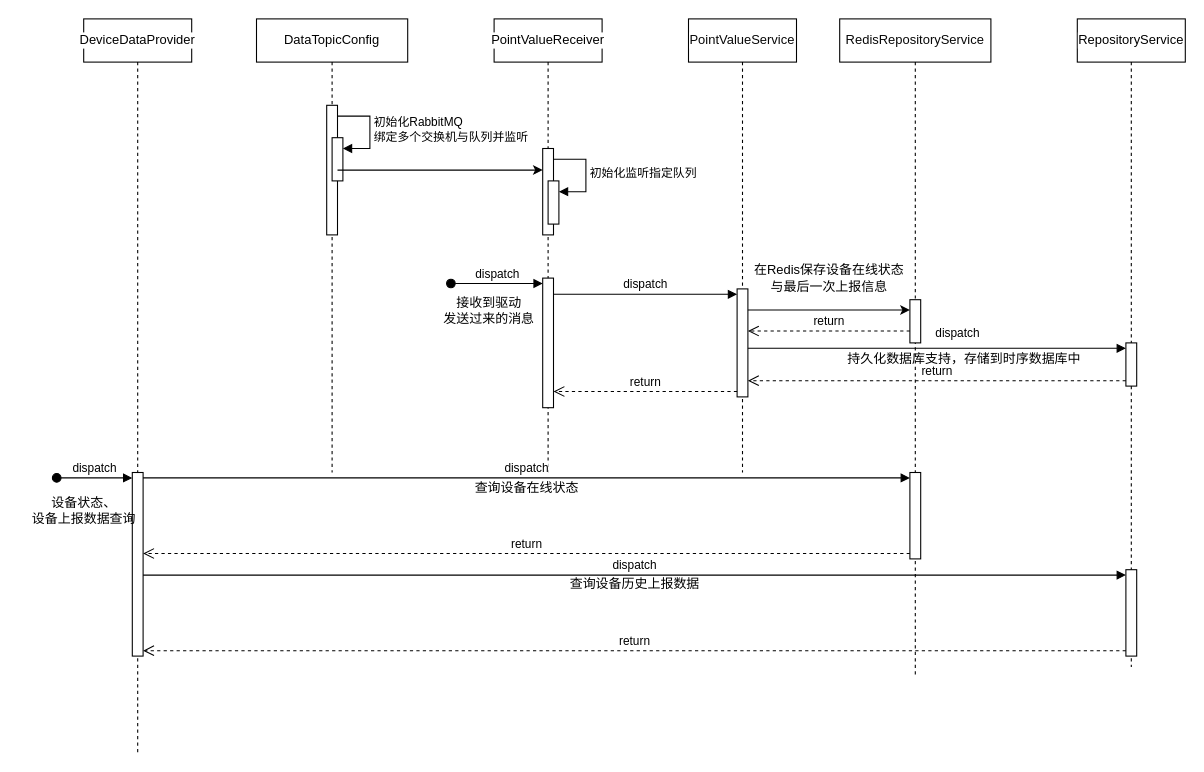
This is devices-center数据流转图.drawio from Rain-ziyu/img, a draw.io file, before an edit. Source tidied: cells renumbered, new cells numbered last; positions are measured from the earlier drawing's top-left corner, leaving out a move shared by most shapes. Both pictures are drawn from the tidied source at 108%, with x=0, y=0 at pixel (18, 18).
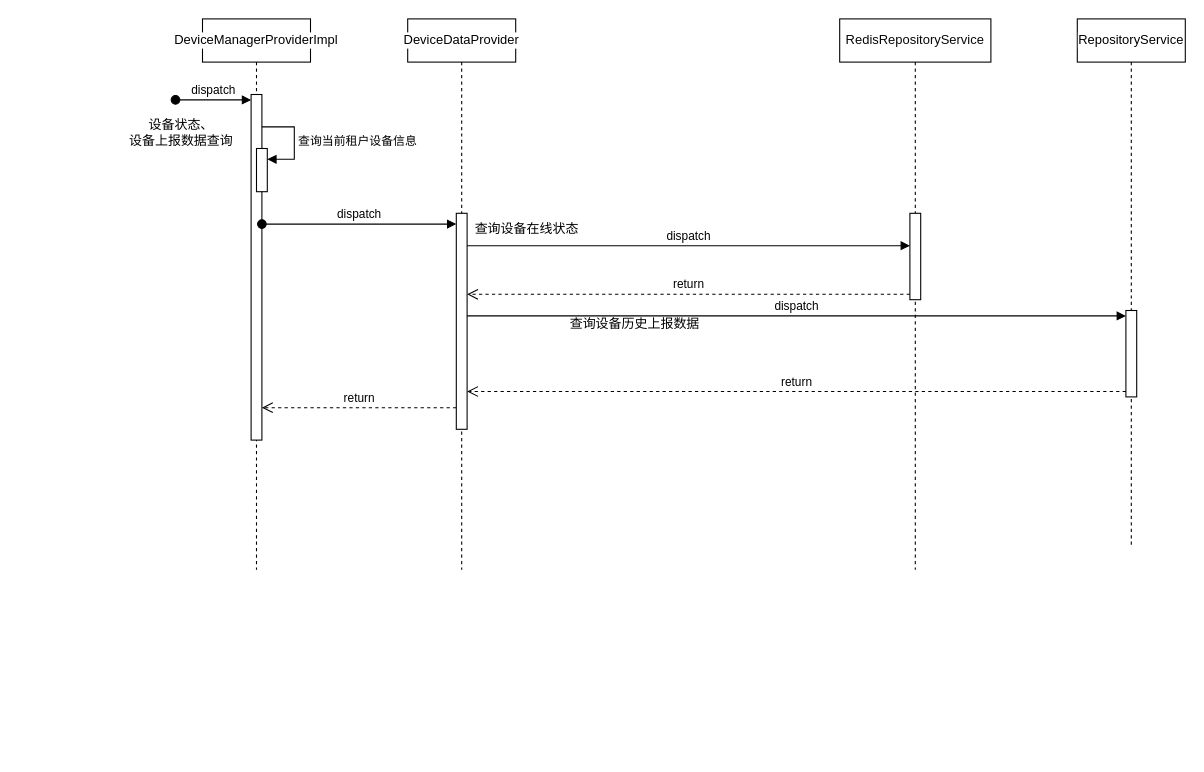
The same diagram, later.

Commit message:
更新devices-center数据流转图.drawio

The edit, as a diff of the source:
```diff
@@
-    <mxCell id="2" value="&lt;div style=&quot;background-color:#ffffff;color:#080808&quot;&gt;&lt;pre style=&quot;&quot;&gt;&lt;span style=&quot;color: rgb(0, 0, 0);&quot;&gt;&lt;font style=&quot;font-size: 12px;&quot; face=&quot;Helvetica&quot;&gt;DataTopicConfig&lt;/font&gt;&lt;/span&gt;&lt;/pre&gt;&lt;/div&gt;" style="shape=umlLifeline;perimeter=lifelinePerimeter;whiteSpace=wrap;html=1;newEdgeStyle={&quot;curved&quot;:0,&quot;rounded&quot;:0};" parent="1" vertex="1">
-      <mxGeometry x="220" width="140" height="420" as="geometry" />
-    </mxCell>
-    <mxCell id="3" value="dispatch" style="html=1;verticalAlign=bottom;startArrow=oval;endArrow=block;startSize=8;curved=0;rounded=0;entryX=0;entryY=0;entryDx=0;entryDy=5;" parent="2" edge="1" target="11">
-      <mxGeometry relative="1" as="geometry">
-        <mxPoint x="180" y="245" as="sourcePoint" />
-      </mxGeometry>
-    </mxCell>
-    <mxCell id="4" style="html=1;points=[[0,0,0,0,5],[0,1,0,0,-5],[1,0,0,0,5],[1,1,0,0,-5]];perimeter=orthogonalPerimeter;outlineConnect=0;targetShapes=umlLifeline;portConstraint=eastwest;newEdgeStyle={&quot;curved&quot;:0,&quot;rounded&quot;:0};" parent="2" vertex="1">
-      <mxGeometry x="65" y="80" width="10" height="120" as="geometry" />
-    </mxCell>
-    <mxCell id="5" style="html=1;points=[[0,0,0,0,5],[0,1,0,0,-5],[1,0,0,0,5],[1,1,0,0,-5]];perimeter=orthogonalPerimeter;outlineConnect=0;targetShapes=umlLifeline;portConstraint=eastwest;newEdgeStyle={&quot;curved&quot;:0,&quot;rounded&quot;:0};" parent="2" vertex="1">
-      <mxGeometry x="70" y="110" width="10" height="40" as="geometry" />
-    </mxCell>
-    <mxCell id="6" value="初始化RabbitMQ&lt;div&gt;绑定多个交换机与队列并监听&lt;/div&gt;" style="html=1;align=left;spacingLeft=2;endArrow=block;rounded=0;edgeStyle=orthogonalEdgeStyle;curved=0;rounded=0;" parent="2" edge="1" target="5">
-      <mxGeometry relative="1" as="geometry">
-        <mxPoint x="75" y="90" as="sourcePoint" />
-        <Array as="points">
-          <mxPoint x="105" y="120" />
-        </Array>
-      </mxGeometry>
-    </mxCell>
-    <mxCell id="7" value="&lt;div style=&quot;background-color:#ffffff;color:#080808&quot;&gt;&lt;pre style=&quot;&quot;&gt;&lt;span style=&quot;color: rgb(0, 0, 0);&quot;&gt;&lt;font style=&quot;font-size: 12px;&quot; face=&quot;Helvetica&quot;&gt;PointValueReceiver&lt;/font&gt;&lt;/span&gt;&lt;/pre&gt;&lt;/div&gt;" style="shape=umlLifeline;perimeter=lifelinePerimeter;whiteSpace=wrap;html=1;newEdgeStyle={&quot;curved&quot;:0,&quot;rounded&quot;:0};" parent="1" vertex="1">
-      <mxGeometry x="440" width="100" height="420" as="geometry" />
-    </mxCell>
-    <mxCell id="8" style="html=1;points=[[0,0,0,0,5],[0,1,0,0,-5],[1,0,0,0,5],[1,1,0,0,-5]];perimeter=orthogonalPerimeter;outlineConnect=0;targetShapes=umlLifeline;portConstraint=eastwest;newEdgeStyle={&quot;curved&quot;:0,&quot;rounded&quot;:0};" parent="7" vertex="1">
-      <mxGeometry x="45" y="120" width="10" height="80" as="geometry" />
-    </mxCell>
-    <mxCell id="9" style="html=1;points=[[0,0,0,0,5],[0,1,0,0,-5],[1,0,0,0,5],[1,1,0,0,-5]];perimeter=orthogonalPerimeter;outlineConnect=0;targetShapes=umlLifeline;portConstraint=eastwest;newEdgeStyle={&quot;curved&quot;:0,&quot;rounded&quot;:0};" parent="7" vertex="1">
-      <mxGeometry x="50" y="150" width="10" height="40" as="geometry" />
-    </mxCell>
-    <mxCell id="10" value="初始化监听指定队列" style="html=1;align=left;spacingLeft=2;endArrow=block;rounded=0;edgeStyle=orthogonalEdgeStyle;curved=0;rounded=0;" parent="7" edge="1" target="9">
-      <mxGeometry relative="1" as="geometry">
-        <mxPoint x="55" y="130" as="sourcePoint" />
-        <Array as="points">
-          <mxPoint x="85" y="160" />
-        </Array>
-      </mxGeometry>
-    </mxCell>
-    <mxCell id="11" style="html=1;points=[[0,0,0,0,5],[0,1,0,0,-5],[1,0,0,0,5],[1,1,0,0,-5]];perimeter=orthogonalPerimeter;outlineConnect=0;targetShapes=umlLifeline;portConstraint=eastwest;newEdgeStyle={&quot;curved&quot;:0,&quot;rounded&quot;:0};" parent="7" vertex="1">
-      <mxGeometry x="45" y="240" width="10" height="120" as="geometry" />
-    </mxCell>
-    <mxCell id="12" value="&lt;div style=&quot;background-color:#ffffff;color:#080808&quot;&gt;&lt;pre style=&quot;&quot;&gt;&lt;font style=&quot;font-size: 12px;&quot; face=&quot;Helvetica&quot;&gt;PointValueService&lt;/font&gt;&lt;/pre&gt;&lt;/div&gt;" style="shape=umlLifeline;perimeter=lifelinePerimeter;whiteSpace=wrap;html=1;newEdgeStyle={&quot;curved&quot;:0,&quot;rounded&quot;:0};" parent="1" vertex="1">
-      <mxGeometry x="620" width="100" height="420" as="geometry" />
-    </mxCell>
-    <mxCell id="13" style="html=1;points=[[0,0,0,0,5],[0,1,0,0,-5],[1,0,0,0,5],[1,1,0,0,-5]];perimeter=orthogonalPerimeter;outlineConnect=0;targetShapes=umlLifeline;portConstraint=eastwest;newEdgeStyle={&quot;curved&quot;:0,&quot;rounded&quot;:0};" parent="12" vertex="1">
-      <mxGeometry x="45" y="250" width="10" height="100" as="geometry" />
-    </mxCell>
-    <mxCell id="14" value="接收到驱动&lt;div&gt;发送过来的消息&lt;/div&gt;" style="text;html=1;align=center;verticalAlign=middle;strokeColor=none;fillColor=none;" parent="1" vertex="1">
-      <mxGeometry x="380" y="250" width="110" height="40" as="geometry" />
-    </mxCell>
-    <mxCell id="15" value="dispatch" style="html=1;verticalAlign=bottom;endArrow=block;curved=0;rounded=0;entryX=0;entryY=0;entryDx=0;entryDy=5;" parent="1" edge="1" source="11" target="13">
-      <mxGeometry relative="1" as="geometry" />
-    </mxCell>
-    <mxCell id="16" value="return" style="html=1;verticalAlign=bottom;endArrow=open;dashed=1;endSize=8;curved=0;rounded=0;exitX=0;exitY=1;exitDx=0;exitDy=-5;" parent="1" edge="1" source="13" target="11">
-      <mxGeometry relative="1" as="geometry" />
-    </mxCell>
-    <mxCell id="17" style="edgeStyle=orthogonalEdgeStyle;rounded=0;jettySize=auto;html=1;curved=0;" parent="1" edge="1" source="4" target="8">
-      <mxGeometry relative="1" as="geometry">
-        <Array as="points">
-          <mxPoint x="440" y="140" />
-          <mxPoint x="440" y="140" />
-        </Array>
-      </mxGeometry>
-    </mxCell>
     <mxCell id="18" value="&lt;div style=&quot;background-color:#ffffff;color:#080808&quot;&gt;&lt;pre style=&quot;&quot;&gt;&lt;font style=&quot;font-size: 12px;&quot; face=&quot;Helvetica&quot;&gt;RedisRepositoryService&lt;/font&gt;&lt;/pre&gt;&lt;/div&gt;" style="shape=umlLifeline;perimeter=lifelinePerimeter;whiteSpace=wrap;html=1;newEdgeStyle={&quot;curved&quot;:0,&quot;rounded&quot;:0};" parent="1" vertex="1">
-      <mxGeometry x="760" width="140" height="610" as="geometry" />
+      <mxGeometry x="760" width="140" height="510" as="geometry" />
     </mxCell>
-    <mxCell id="19" style="html=1;perimeter=orthogonalPerimeter;targetShapes=umlLifeline;newEdgeStyle={&quot;curved&quot;:0,&quot;rounded&quot;:0};" parent="18" vertex="1">
-      <mxGeometry x="65" y="260" width="10" height="40" as="geometry" />
-    </mxCell>
+    <mxCell id="24" value="&lt;div style=&quot;background-color:#ffffff;color:#080808&quot;&gt;&lt;pre style=&quot;&quot;&gt;&lt;span style=&quot;color: rgb(0, 0, 0);&quot;&gt;&lt;font style=&quot;font-size: 12px;&quot; face=&quot;Helvetica&quot;&gt;RepositoryService&lt;/font&gt;&lt;/span&gt;&lt;/pre&gt;&lt;/div&gt;" style="shape=umlLifeline;perimeter=lifelinePerimeter;whiteSpace=wrap;html=1;newEdgeStyle={&quot;curved&quot;:0,&quot;rounded&quot;:0};" parent="1" vertex="1">
+      <mxGeometry x="980" width="100" height="490" as="geometry" />
+    </mxCell>
+    <mxCell id="30" value="&lt;div style=&quot;background-color:#ffffff;color:#080808&quot;&gt;&lt;pre style=&quot;&quot;&gt;&lt;span style=&quot;color: rgb(0, 0, 0);&quot;&gt;&lt;font style=&quot;font-size: 12px;&quot; face=&quot;Helvetica&quot;&gt;DeviceDataProvider&lt;/font&gt;&lt;/span&gt;&lt;/pre&gt;&lt;/div&gt;" style="shape=umlLifeline;perimeter=lifelinePerimeter;whiteSpace=wrap;html=1;newEdgeStyle={&quot;curved&quot;:0,&quot;rounded&quot;:0};" parent="1" vertex="1">
+      <mxGeometry x="360" width="100" height="510" as="geometry" />
+    </mxCell>
-    <mxCell id="20" style="html=1;points=[[0,0,0,0,5],[0,1,0,0,-5],[1,0,0,0,5],[1,1,0,0,-5]];perimeter=orthogonalPerimeter;outlineConnect=0;targetShapes=umlLifeline;portConstraint=eastwest;newEdgeStyle={&quot;curved&quot;:0,&quot;rounded&quot;:0};" parent="18" vertex="1">
-      <mxGeometry x="65" y="420" width="10" height="80" as="geometry" />
+    <mxCell id="20" style="html=1;points=[[0,0,0,0,5],[0,1,0,0,-5],[1,0,0,0,5],[1,1,0,0,-5]];perimeter=orthogonalPerimeter;outlineConnect=0;targetShapes=umlLifeline;portConstraint=eastwest;newEdgeStyle={&quot;curved&quot;:0,&quot;rounded&quot;:0};" parent="30" vertex="1">
+      <mxGeometry x="465" y="180" width="10" height="80" as="geometry" />
     </mxCell>
-    <mxCell id="21" style="edgeStyle=orthogonalEdgeStyle;rounded=0;orthogonalLoop=1;jettySize=auto;html=1;curved=0;" parent="1" edge="1">
-      <mxGeometry relative="1" as="geometry">
-        <mxPoint x="675" y="269.5" as="sourcePoint" />
-        <mxPoint x="825" y="269.5" as="targetPoint" />
-        <Array as="points">
-          <mxPoint x="790" y="269.5" />
-          <mxPoint x="790" y="269.5" />
-        </Array>
-      </mxGeometry>
-    </mxCell>
-    <mxCell id="22" value="在Redis保存设备在线状态&lt;div&gt;与最后一次上报信息&lt;/div&gt;" style="text;html=1;align=center;verticalAlign=middle;strokeColor=none;fillColor=none;" parent="1" vertex="1">
-      <mxGeometry x="670" y="220" width="160" height="40" as="geometry" />
-    </mxCell>
-    <mxCell id="23" value="return" style="html=1;verticalAlign=bottom;endArrow=open;dashed=1;endSize=8;curved=0;rounded=0;" parent="1" edge="1">
-      <mxGeometry relative="1" as="geometry">
-        <mxPoint x="825" y="289" as="sourcePoint" />
-        <mxPoint x="675" y="289" as="targetPoint" />
-      </mxGeometry>
-    </mxCell>
-    <mxCell id="24" value="&lt;div style=&quot;background-color:#ffffff;color:#080808&quot;&gt;&lt;pre style=&quot;&quot;&gt;&lt;span style=&quot;color: rgb(0, 0, 0);&quot;&gt;&lt;font style=&quot;font-size: 12px;&quot; face=&quot;Helvetica&quot;&gt;RepositoryService&lt;/font&gt;&lt;/span&gt;&lt;/pre&gt;&lt;/div&gt;" style="shape=umlLifeline;perimeter=lifelinePerimeter;whiteSpace=wrap;html=1;newEdgeStyle={&quot;curved&quot;:0,&quot;rounded&quot;:0};" parent="1" vertex="1">
-      <mxGeometry x="980" width="100" height="600" as="geometry" />
-    </mxCell>
-    <mxCell id="25" style="html=1;points=[[0,0,0,0,5],[0,1,0,0,-5],[1,0,0,0,5],[1,1,0,0,-5]];perimeter=orthogonalPerimeter;outlineConnect=0;targetShapes=umlLifeline;portConstraint=eastwest;newEdgeStyle={&quot;curved&quot;:0,&quot;rounded&quot;:0};" parent="24" vertex="1">
-      <mxGeometry x="45" y="300" width="10" height="40" as="geometry" />
-    </mxCell>
-    <mxCell id="26" style="html=1;points=[[0,0,0,0,5],[0,1,0,0,-5],[1,0,0,0,5],[1,1,0,0,-5]];perimeter=orthogonalPerimeter;outlineConnect=0;targetShapes=umlLifeline;portConstraint=eastwest;newEdgeStyle={&quot;curved&quot;:0,&quot;rounded&quot;:0};" parent="24" vertex="1">
-      <mxGeometry x="45" y="510" width="10" height="80" as="geometry" />
+    <mxCell id="26" style="html=1;points=[[0,0,0,0,5],[0,1,0,0,-5],[1,0,0,0,5],[1,1,0,0,-5]];perimeter=orthogonalPerimeter;outlineConnect=0;targetShapes=umlLifeline;portConstraint=eastwest;newEdgeStyle={&quot;curved&quot;:0,&quot;rounded&quot;:0};" parent="30" vertex="1">
+      <mxGeometry x="665" y="270" width="10" height="80" as="geometry" />
     </mxCell>
-    <mxCell id="27" value="dispatch" style="html=1;verticalAlign=bottom;endArrow=block;curved=0;rounded=0;entryX=0;entryY=0;entryDx=0;entryDy=5;" parent="1" edge="1" source="13" target="25">
-      <mxGeometry x="0.11" y="5" relative="1" as="geometry" />
-    </mxCell>
-    <mxCell id="28" value="return" style="html=1;verticalAlign=bottom;endArrow=open;dashed=1;endSize=8;curved=0;rounded=0;exitX=0;exitY=1;exitDx=0;exitDy=-5;" parent="1" edge="1" source="25" target="13">
-      <mxGeometry relative="1" as="geometry" />
-    </mxCell>
-    <mxCell id="29" value="持久化数据库支持，存储到时序数据库中" style="text;html=1;align=center;verticalAlign=middle;strokeColor=none;fillColor=none;" parent="1" vertex="1">
-      <mxGeometry x="755" y="300" width="240" height="30" as="geometry" />
-    </mxCell>
-    <mxCell id="30" value="&lt;div style=&quot;background-color:#ffffff;color:#080808&quot;&gt;&lt;pre style=&quot;&quot;&gt;&lt;span style=&quot;color: rgb(0, 0, 0);&quot;&gt;&lt;font style=&quot;font-size: 12px;&quot; face=&quot;Helvetica&quot;&gt;DeviceDataProvider&lt;/font&gt;&lt;/span&gt;&lt;/pre&gt;&lt;/div&gt;" style="shape=umlLifeline;perimeter=lifelinePerimeter;whiteSpace=wrap;html=1;newEdgeStyle={&quot;curved&quot;:0,&quot;rounded&quot;:0};" parent="1" vertex="1">
-      <mxGeometry x="60" width="100" height="680" as="geometry" />
-    </mxCell>
     <mxCell id="31" style="html=1;points=[[0,0,0,0,5],[0,1,0,0,-5],[1,0,0,0,5],[1,1,0,0,-5]];perimeter=orthogonalPerimeter;outlineConnect=0;targetShapes=umlLifeline;portConstraint=eastwest;newEdgeStyle={&quot;curved&quot;:0,&quot;rounded&quot;:0};" parent="30" vertex="1">
-      <mxGeometry x="45" y="420" width="10" height="170" as="geometry" />
+      <mxGeometry x="45" y="180" width="10" height="200" as="geometry" />
     </mxCell>
-    <mxCell id="32" value="dispatch" style="html=1;verticalAlign=bottom;startArrow=oval;endArrow=block;startSize=8;curved=0;rounded=0;entryX=0;entryY=0;entryDx=0;entryDy=5;" parent="30" edge="1" target="31">
-      <mxGeometry relative="1" as="geometry">
-        <mxPoint x="-25" y="425" as="sourcePoint" />
-      </mxGeometry>
-    </mxCell>
-    <mxCell id="33" value="设备状态、&lt;div&gt;设备上报数据查询&lt;/div&gt;" style="text;html=1;align=center;verticalAlign=middle;strokeColor=none;fillColor=none;" parent="1" vertex="1">
-      <mxGeometry y="435" width="120" height="40" as="geometry" />
-    </mxCell>
-    <mxCell id="34" value="dispatch" style="html=1;verticalAlign=bottom;endArrow=block;curved=0;rounded=0;entryX=0;entryY=0;entryDx=0;entryDy=5;exitX=1;exitY=0;exitDx=0;exitDy=5;exitPerimeter=0;" parent="1" edge="1" source="31" target="20">
-      <mxGeometry relative="1" as="geometry" />
-    </mxCell>
-    <mxCell id="35" value="return" style="html=1;verticalAlign=bottom;endArrow=open;dashed=1;endSize=8;curved=0;rounded=0;exitX=0;exitY=1;exitDx=0;exitDy=-5;" parent="1" edge="1" source="20" target="31">
+    <mxCell id="35" value="return" style="html=1;verticalAlign=bottom;endArrow=open;dashed=1;endSize=8;curved=0;rounded=0;exitX=0;exitY=1;exitDx=0;exitDy=-5;" parent="30" edge="1" source="20" target="31">
       <mxGeometry relative="1" as="geometry" />
     </mxCell>
-    <mxCell id="36" value="查询设备在线状态" style="text;html=1;align=center;verticalAlign=middle;strokeColor=none;fillColor=none;" parent="1" vertex="1">
-      <mxGeometry x="410" y="420" width="120" height="30" as="geometry" />
+    <mxCell id="36" value="查询设备在线状态" style="text;html=1;align=center;verticalAlign=middle;strokeColor=none;fillColor=none;" parent="30" vertex="1">
+      <mxGeometry x="50" y="180" width="120" height="30" as="geometry" />
     </mxCell>
-    <mxCell id="37" value="dispatch" style="html=1;verticalAlign=bottom;endArrow=block;curved=0;rounded=0;entryX=0;entryY=0;entryDx=0;entryDy=5;" parent="1" edge="1" source="31" target="26">
+    <mxCell id="37" value="dispatch" style="html=1;verticalAlign=bottom;endArrow=block;curved=0;rounded=0;entryX=0;entryY=0;entryDx=0;entryDy=5;" parent="30" edge="1" source="31" target="26">
       <mxGeometry relative="1" as="geometry" />
     </mxCell>
-    <mxCell id="38" value="return" style="html=1;verticalAlign=bottom;endArrow=open;dashed=1;endSize=8;curved=0;rounded=0;exitX=0;exitY=1;exitDx=0;exitDy=-5;" parent="1" edge="1" source="26" target="31">
+    <mxCell id="38" value="return" style="html=1;verticalAlign=bottom;endArrow=open;dashed=1;endSize=8;curved=0;rounded=0;exitX=0;exitY=1;exitDx=0;exitDy=-5;" parent="30" edge="1" source="26" target="31">
       <mxGeometry relative="1" as="geometry" />
     </mxCell>
-    <mxCell id="39" value="查询设备历史上报数据" style="text;html=1;align=center;verticalAlign=middle;strokeColor=none;fillColor=none;" parent="1" vertex="1">
-      <mxGeometry x="500" y="508" width="140" height="30" as="geometry" />
+    <mxCell id="39" value="查询设备历史上报数据" style="text;html=1;align=center;verticalAlign=middle;strokeColor=none;fillColor=none;" parent="30" vertex="1">
+      <mxGeometry x="140" y="268" width="140" height="30" as="geometry" />
     </mxCell>
+    <mxCell id="33" value="设备状态、&lt;div&gt;设备上报数据查询&lt;/div&gt;" style="text;html=1;align=center;verticalAlign=middle;strokeColor=none;fillColor=none;" parent="1" vertex="1">
+      <mxGeometry x="90" y="85" width="120" height="40" as="geometry" />
+    </mxCell>
+    <mxCell id="40" value="&lt;div style=&quot;background-color:#ffffff;color:#080808&quot;&gt;&lt;pre style=&quot;&quot;&gt;&lt;div&gt;&lt;pre style=&quot;&quot;&gt;&lt;span style=&quot;color: rgb(0, 0, 0);&quot;&gt;&lt;font style=&quot;font-size: 12px;&quot; face=&quot;Helvetica&quot;&gt;DeviceManagerProviderImpl&lt;/font&gt;&lt;/span&gt;&lt;/pre&gt;&lt;/div&gt;&lt;/pre&gt;&lt;/div&gt;" style="shape=umlLifeline;perimeter=lifelinePerimeter;whiteSpace=wrap;html=1;newEdgeStyle={&quot;curved&quot;:0,&quot;rounded&quot;:0};" parent="1" vertex="1">
+      <mxGeometry x="170" width="100" height="510" as="geometry" />
+    </mxCell>
+    <mxCell id="41" style="html=1;points=[[0,0,0,0,5],[0,1,0,0,-5],[1,0,0,0,5],[1,1,0,0,-5]];perimeter=orthogonalPerimeter;outlineConnect=0;targetShapes=umlLifeline;portConstraint=eastwest;newEdgeStyle={&quot;curved&quot;:0,&quot;rounded&quot;:0};" parent="40" vertex="1">
+      <mxGeometry x="45" y="70" width="10" height="320" as="geometry" />
+    </mxCell>
+    <mxCell id="42" value="dispatch" style="html=1;verticalAlign=bottom;startArrow=oval;endArrow=block;startSize=8;curved=0;rounded=0;entryX=0;entryY=0;entryDx=0;entryDy=5;" parent="40" edge="1" target="41">
+      <mxGeometry relative="1" as="geometry">
+        <mxPoint x="-25" y="75" as="sourcePoint" />
+      </mxGeometry>
+    </mxCell>
+    <mxCell id="43" style="html=1;points=[[0,0,0,0,5],[0,1,0,0,-5],[1,0,0,0,5],[1,1,0,0,-5]];perimeter=orthogonalPerimeter;outlineConnect=0;targetShapes=umlLifeline;portConstraint=eastwest;newEdgeStyle={&quot;curved&quot;:0,&quot;rounded&quot;:0};" parent="40" vertex="1">
+      <mxGeometry x="50" y="120" width="10" height="40" as="geometry" />
+    </mxCell>
+    <mxCell id="44" value="查询当前租户设备信息" style="html=1;align=left;spacingLeft=2;endArrow=block;rounded=0;edgeStyle=orthogonalEdgeStyle;curved=0;rounded=0;" parent="40" edge="1" target="43">
+      <mxGeometry relative="1" as="geometry">
+        <mxPoint x="55" y="100" as="sourcePoint" />
+        <Array as="points">
+          <mxPoint x="85" y="130" />
+        </Array>
+      </mxGeometry>
+    </mxCell>
+    <mxCell id="45" value="dispatch" style="html=1;verticalAlign=bottom;startArrow=oval;startFill=1;endArrow=block;startSize=8;curved=0;rounded=0;" parent="1" edge="1">
+      <mxGeometry relative="1" as="geometry">
+        <mxPoint x="225" y="190" as="sourcePoint" />
+        <mxPoint x="405" y="190" as="targetPoint" />
+      </mxGeometry>
+    </mxCell>
+    <mxCell id="23" value="return" style="html=1;verticalAlign=bottom;endArrow=open;dashed=1;endSize=8;curved=0;rounded=0;" parent="1" edge="1">
+      <mxGeometry relative="1" as="geometry">
+        <mxPoint x="405" y="360" as="sourcePoint" />
+        <mxPoint x="225" y="360" as="targetPoint" />
+      </mxGeometry>
+    </mxCell>
+    <mxCell id="34" value="dispatch" style="html=1;verticalAlign=bottom;endArrow=block;curved=0;rounded=0;entryX=0;entryY=0;entryDx=0;entryDy=5;exitX=1;exitY=0;exitDx=0;exitDy=5;exitPerimeter=0;" parent="1" edge="1">
+      <mxGeometry relative="1" as="geometry">
+        <mxPoint x="415" y="210" as="sourcePoint" />
+        <mxPoint x="825" y="210" as="targetPoint" />
+      </mxGeometry>
+    </mxCell>
```
